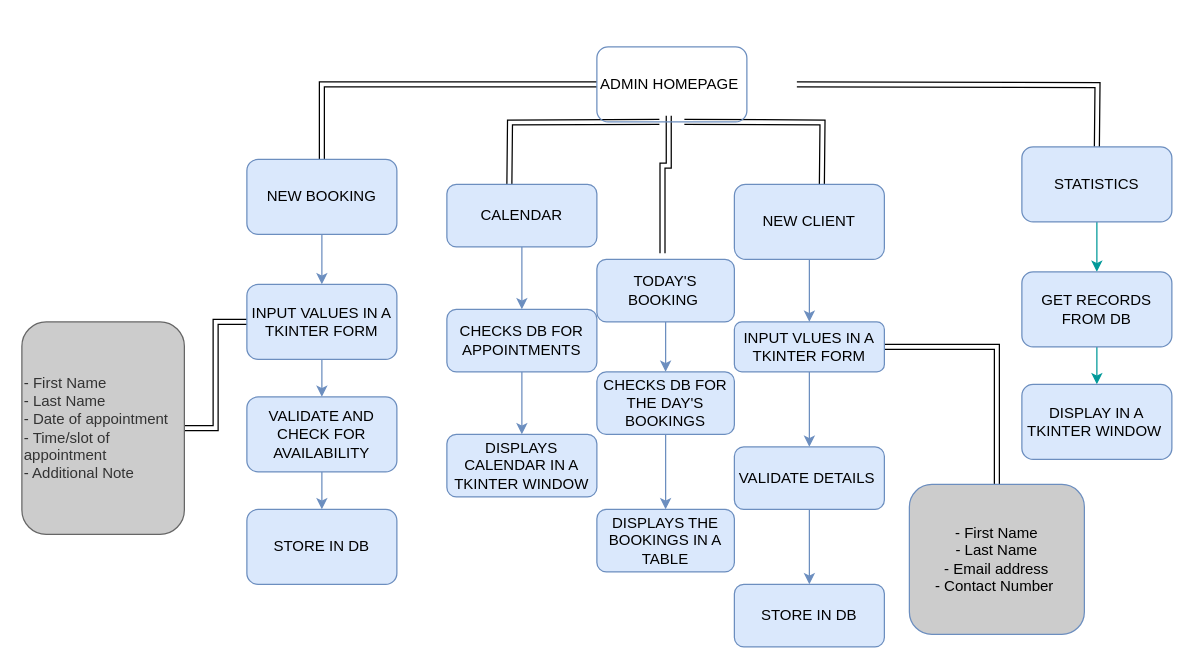
Earlier version of the draw.io diagram Untitled Diagram.drawio (B34427/ComputingProject). Source tidied: cells renumbered, new cells numbered last; positions are measured from the earlier drawing's top-left corner, leaving out a move shared by most shapes. Both pictures are drawn from the tidied source at 125%, with x=0, y=0 at pixel (21, 46).
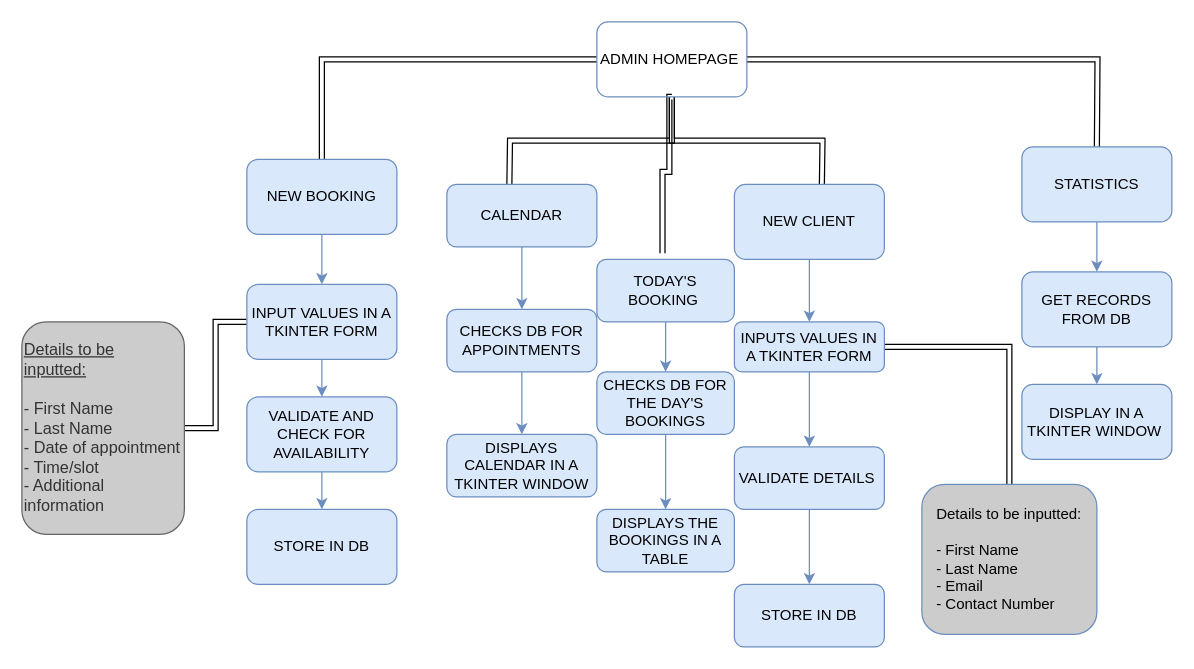
The same page after the edit.

The change refers to these unchanged cells:
```xml
<mxCell id="15" value="STATISTICS" style="whiteSpace=wrap;html=1;rounded=1;fillColor=#dae8fc;strokeColor=#6c8ebf;" parent="1" vertex="1">
  <mxGeometry x="800" y="80" width="120" height="60" as="geometry" />
</mxCell>
<mxCell id="38" value="GET RECORDS FROM DB" style="whiteSpace=wrap;html=1;rounded=1;fillColor=#dae8fc;strokeColor=#6c8ebf;" parent="1" vertex="1">
  <mxGeometry x="800" y="180" width="120" height="60" as="geometry" />
</mxCell>
<mxCell id="39" value="DISPLAY IN A TKINTER WINDOW&amp;nbsp;" style="whiteSpace=wrap;html=1;rounded=1;fillColor=#dae8fc;strokeColor=#6c8ebf;" parent="1" vertex="1">
  <mxGeometry x="800" y="270" width="120" height="60" as="geometry" />
</mxCell>
```

Diff of the diagram source:
```diff
@@
-    <mxCell id="3" style="edgeStyle=orthogonalEdgeStyle;rounded=0;orthogonalLoop=1;jettySize=auto;html=1;shape=link;" parent="1" edge="1">
+    <mxCell id="3" style="edgeStyle=orthogonalEdgeStyle;rounded=0;jettySize=auto;html=1;shape=link;exitX=0.5;exitY=1;exitDx=0;exitDy=0;" parent="1" edge="1" source="7">
       <mxGeometry relative="1" as="geometry">
-        <mxPoint x="510" y="60" as="sourcePoint" />
         <mxPoint x="390" y="110" as="targetPoint" />
       </mxGeometry>
     </mxCell>
-    <mxCell id="4" style="edgeStyle=orthogonalEdgeStyle;rounded=0;orthogonalLoop=1;jettySize=auto;html=1;shape=link;" parent="1" edge="1">
+    <mxCell id="4" style="edgeStyle=orthogonalEdgeStyle;rounded=0;jettySize=auto;html=1;shape=link;exitX=0.5;exitY=1;exitDx=0;exitDy=0;" parent="1" edge="1" source="7">
       <mxGeometry relative="1" as="geometry">
-        <mxPoint x="530" y="60" as="sourcePoint" />
         <mxPoint x="640" y="110" as="targetPoint" />
       </mxGeometry>
     </mxCell>
-    <mxCell id="5" style="edgeStyle=orthogonalEdgeStyle;rounded=0;orthogonalLoop=1;jettySize=auto;html=1;shape=link;" parent="1" edge="1">
+    <mxCell id="5" style="edgeStyle=orthogonalEdgeStyle;rounded=0;jettySize=auto;html=1;shape=link;exitX=1;exitY=0.5;exitDx=0;exitDy=0;" parent="1" edge="1" source="7">
       <mxGeometry relative="1" as="geometry">
-        <mxPoint x="620" y="30" as="sourcePoint" />
         <mxPoint x="860" y="80" as="targetPoint" />
       </mxGeometry>
     </mxCell>
-    <mxCell id="6" style="edgeStyle=orthogonalEdgeStyle;rounded=0;orthogonalLoop=1;jettySize=auto;html=1;shape=link;" parent="1" edge="1">
+    <mxCell id="6" style="edgeStyle=orthogonalEdgeStyle;rounded=0;jettySize=auto;html=1;shape=link;exitX=0.5;exitY=1;exitDx=0;exitDy=0;" parent="1" edge="1" source="7">
       <mxGeometry relative="1" as="geometry">
-        <mxPoint x="517.5" y="55" as="sourcePoint" />
         <mxPoint x="512.5" y="165" as="targetPoint" />
         <Array as="points">
-          <mxPoint x="517.5" y="95" />
-          <mxPoint x="512.5" y="95" />
+          <mxPoint x="518" y="40" />
+          <mxPoint x="518" y="100" />
+          <mxPoint x="513" y="100" />
         </Array>
       </mxGeometry>
     </mxCell>
     <mxCell id="7" value="ADMIN HOMEPAGE&amp;nbsp;" style="rounded=1;whiteSpace=wrap;html=1;fillColor=none;strokeColor=#6c8ebf;gradientColor=default;" parent="1" vertex="1">
-      <mxGeometry x="460" width="120" height="60" as="geometry" />
+      <mxGeometry x="460" y="-20" width="120" height="60" as="geometry" />
     </mxCell>
@@
-    <mxCell id="14" style="edgeStyle=orthogonalEdgeStyle;rounded=0;jettySize=auto;html=1;strokeColor=light-dark(#009999,#FFFFFF);" parent="1" edge="1" source="15" target="38">
+    <mxCell id="14" style="edgeStyle=orthogonalEdgeStyle;rounded=0;jettySize=auto;html=1;strokeColor=#6c8ebf;fillColor=#dae8fc;" parent="1" edge="1" source="15" target="38">
       <mxGeometry relative="1" as="geometry" />
     </mxCell>
@@
-    <mxCell id="24" value="- First Name&amp;nbsp;&lt;div&gt;- Last Name&lt;/div&gt;&lt;div&gt;- Date of appointment&lt;/div&gt;&lt;div&gt;- Time/slot of appointment&lt;/div&gt;&lt;div style=&quot;&quot;&gt;- Additional Note&lt;/div&gt;" style="whiteSpace=wrap;html=1;rounded=1;fillColor=#CCCCCC;strokeColor=#666666;fontColor=#333333;align=left;" parent="1" vertex="1">
+    <mxCell id="24" value="&lt;u&gt;Details to be inputted:&lt;/u&gt;&amp;nbsp;&lt;div&gt;&lt;br&gt;&lt;div&gt;- First Name&lt;/div&gt;&lt;div&gt;- Last Name&lt;/div&gt;&lt;div&gt;- Date of appointment&lt;/div&gt;&lt;div&gt;- Time/slot&amp;nbsp;&lt;/div&gt;&lt;div&gt;- Additional information&amp;nbsp;&lt;/div&gt;&lt;/div&gt;" style="whiteSpace=wrap;html=1;rounded=1;fillColor=#CCCCCC;strokeColor=#666666;fontColor=#333333;align=left;fontSize=13;" parent="1" vertex="1">
       <mxGeometry y="220" width="130" height="170" as="geometry" />
     </mxCell>
@@
-    <mxCell id="33" value="INPUT VLUES IN A TKINTER FORM" style="whiteSpace=wrap;html=1;rounded=1;fillColor=#dae8fc;strokeColor=#6c8ebf;" parent="1" vertex="1">
+    <mxCell id="33" value="INPUTS VALUES IN A TKINTER FORM" style="whiteSpace=wrap;html=1;rounded=1;fillColor=#dae8fc;strokeColor=#6c8ebf;" parent="1" vertex="1">
       <mxGeometry x="570" y="220" width="120" height="40" as="geometry" />
     </mxCell>
@@
-    <mxCell id="37" style="edgeStyle=orthogonalEdgeStyle;rounded=0;jettySize=auto;html=1;fillColor=#009999;strokeColor=light-dark(#009999,#FFFFFF);" parent="1" edge="1" source="38" target="39">
+    <mxCell id="37" style="edgeStyle=orthogonalEdgeStyle;rounded=0;jettySize=auto;html=1;fillColor=#dae8fc;strokeColor=#6c8ebf;" parent="1" edge="1" source="38" target="39">
       <mxGeometry relative="1" as="geometry" />
     </mxCell>
@@
-    <mxCell id="40" value="- First Name&lt;div&gt;- Last Name&lt;/div&gt;&lt;div&gt;- Email address&lt;/div&gt;&lt;div&gt;- Contact Number&amp;nbsp;&lt;/div&gt;" style="whiteSpace=wrap;html=1;fillColor=#CCCCCC;strokeColor=#6c8ebf;rounded=1;" parent="1" vertex="1">
-      <mxGeometry x="710" y="350" width="140" height="120" as="geometry" />
+    <mxCell id="40" value="Details to be inputted:&lt;div&gt;&lt;br&gt;&lt;/div&gt;&lt;div style=&quot;text-align: left;&quot;&gt;- First Name&lt;/div&gt;&lt;div style=&quot;text-align: left;&quot;&gt;- Last Name&lt;/div&gt;&lt;div style=&quot;text-align: left;&quot;&gt;- Email&lt;/div&gt;&lt;div style=&quot;text-align: left;&quot;&gt;- Contact Number&amp;nbsp;&lt;/div&gt;" style="whiteSpace=wrap;html=1;fillColor=#CCCCCC;strokeColor=#6c8ebf;rounded=1;" parent="1" vertex="1">
+      <mxGeometry x="720" y="350" width="140" height="120" as="geometry" />
     </mxCell>
```
